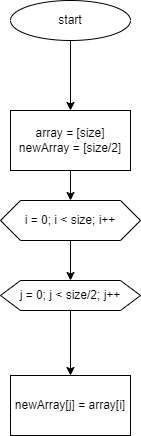
This is diagram.drawio.png from YuVasilya/Control_Work, a draw.io export, as it was before one commit. Source tidied: cells renumbered, new cells last; positions are measured from the earlier drawing's top-left corner, leaving out a move shared by most shapes. Source of this version:
```xml
<mxGraphModel>
  <root>
    <mxCell id="0" />
    <mxCell id="1" parent="0" />
    <mxCell id="2" style="edgeStyle=none;html=1;" parent="1" edge="1" source="3" target="5">
      <mxGeometry relative="1" as="geometry" />
    </mxCell>
    <mxCell id="3" value="start" style="ellipse;whiteSpace=wrap;html=1;" parent="1" vertex="1">
      <mxGeometry x="10" width="120" height="40" as="geometry" />
    </mxCell>
    <mxCell id="4" style="edgeStyle=none;html=1;" parent="1" edge="1" source="5" target="7">
      <mxGeometry relative="1" as="geometry" />
    </mxCell>
    <mxCell id="5" value="array = [size]&lt;br&gt;newArray = [size/2]" style="whiteSpace=wrap;html=1;" parent="1" vertex="1">
      <mxGeometry x="10" y="110" width="120" height="60" as="geometry" />
    </mxCell>
    <mxCell id="6" style="edgeStyle=none;html=1;entryX=0.5;entryY=0;entryDx=0;entryDy=0;" parent="1" edge="1" source="7" target="9">
      <mxGeometry relative="1" as="geometry" />
    </mxCell>
    <mxCell id="7" value="i = 0; i &amp;lt; size; i++" style="shape=hexagon;perimeter=hexagonPerimeter2;whiteSpace=wrap;html=1;fixedSize=1;" parent="1" vertex="1">
      <mxGeometry y="200" width="140" height="40" as="geometry" />
    </mxCell>
    <mxCell id="8" style="edgeStyle=none;html=1;" parent="1" edge="1" source="9" target="10">
      <mxGeometry relative="1" as="geometry" />
    </mxCell>
    <mxCell id="9" value="j = 0; j &amp;lt; size/2; j++" style="shape=hexagon;perimeter=hexagonPerimeter2;whiteSpace=wrap;html=1;fixedSize=1;" parent="1" vertex="1">
      <mxGeometry y="280" width="140" height="30" as="geometry" />
    </mxCell>
    <mxCell id="10" value="newArray[j] = array[i]" style="whiteSpace=wrap;html=1;" parent="1" vertex="1">
      <mxGeometry x="10" y="375" width="120" height="60" as="geometry" />
    </mxCell>
  </root>
</mxGraphModel>
```
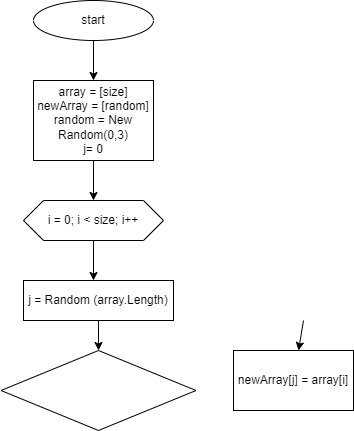
The same diagram one commit later.

Commit message:
Нарисовала блок-схему алгоритма

Change to the diagram source:
```diff
@@ -11,23 +11,33 @@
     <mxCell id="4" style="edgeStyle=none;html=1;" parent="1" edge="1" source="5" target="7">
       <mxGeometry relative="1" as="geometry" />
     </mxCell>
-    <mxCell id="5" value="array = [size]&lt;br&gt;newArray = [size/2]" style="whiteSpace=wrap;html=1;" parent="1" vertex="1">
-      <mxGeometry x="10" y="110" width="120" height="60" as="geometry" />
+    <mxCell id="5" value="array = [size]&lt;br&gt;newArray = [random]&lt;br&gt;random = New Random(0,3)&lt;br&gt;j= 0" style="whiteSpace=wrap;html=1;" parent="1" vertex="1">
+      <mxGeometry x="10" y="80" width="120" height="80" as="geometry" />
     </mxCell>
-    <mxCell id="6" style="edgeStyle=none;html=1;entryX=0.5;entryY=0;entryDx=0;entryDy=0;" parent="1" edge="1" source="7" target="9">
-      <mxGeometry relative="1" as="geometry" />
+    <mxCell id="6" style="edgeStyle=none;html=1;entryX=0.5;entryY=0;entryDx=0;entryDy=0;" parent="1" edge="1" source="7">
+      <mxGeometry relative="1" as="geometry">
+        <mxPoint x="70" y="280" as="targetPoint" />
+      </mxGeometry>
     </mxCell>
     <mxCell id="7" value="i = 0; i &amp;lt; size; i++" style="shape=hexagon;perimeter=hexagonPerimeter2;whiteSpace=wrap;html=1;fixedSize=1;" parent="1" vertex="1">
       <mxGeometry y="200" width="140" height="40" as="geometry" />
     </mxCell>
-    <mxCell id="8" style="edgeStyle=none;html=1;" parent="1" edge="1" source="9" target="10">
-      <mxGeometry relative="1" as="geometry" />
+    <mxCell id="8" style="edgeStyle=none;html=1;" parent="1" edge="1" target="10">
+      <mxGeometry relative="1" as="geometry">
+        <mxPoint x="280" y="320" as="sourcePoint" />
+      </mxGeometry>
     </mxCell>
-    <mxCell id="9" value="j = 0; j &amp;lt; size/2; j++" style="shape=hexagon;perimeter=hexagonPerimeter2;whiteSpace=wrap;html=1;fixedSize=1;" parent="1" vertex="1">
-      <mxGeometry y="280" width="140" height="30" as="geometry" />
-    </mxCell>
     <mxCell id="10" value="newArray[j] = array[i]" style="whiteSpace=wrap;html=1;" parent="1" vertex="1">
-      <mxGeometry x="10" y="375" width="120" height="60" as="geometry" />
+      <mxGeometry x="210" y="350" width="120" height="60" as="geometry" />
     </mxCell>
+    <mxCell id="11" style="rhombus;whiteSpace=wrap;html=1;" parent="1" vertex="1">
+      <mxGeometry x="-22.5" y="350" width="195" height="80" as="geometry" />
+    </mxCell>
+    <mxCell id="12" style="edgeStyle=none;html=1;" parent="1" edge="1" source="13" target="11">
+      <mxGeometry relative="1" as="geometry" />
+    </mxCell>
+    <mxCell id="13" value="j = Random (array.Length)" style="rounded=0;whiteSpace=wrap;html=1;" parent="1" vertex="1">
+      <mxGeometry y="280" width="150" height="40" as="geometry" />
+    </mxCell>
   </root>
 </mxGraphModel>
```
